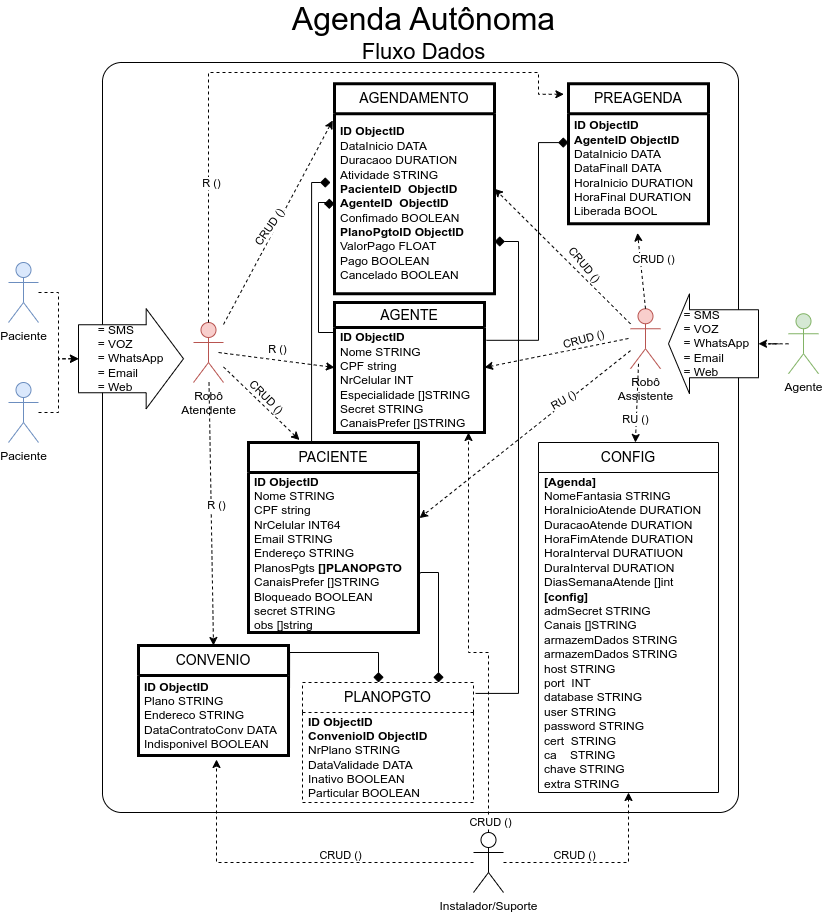
gunboe/Agenda keeps this draw.io diagram as Agenda-Página-1.drawio.png. Above is the earlier version. Source tidied: cells renumbered, new cells last; positions are measured from the earlier drawing's top-left corner, leaving out a move shared by most shapes.
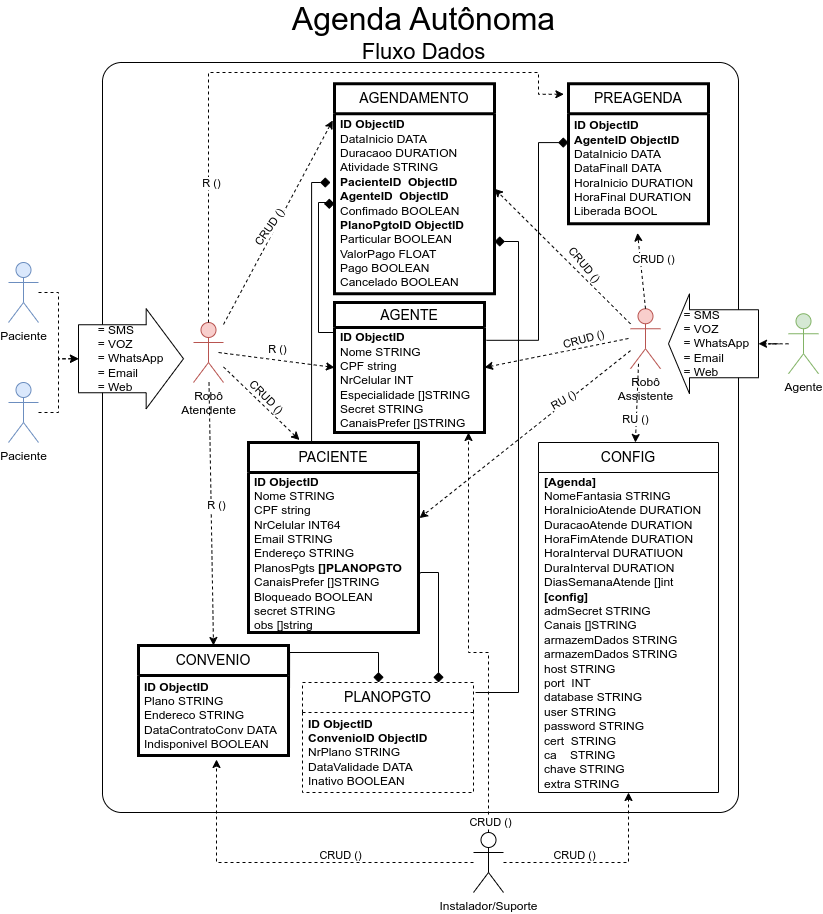
Above is the later version.

Commit message:
Movimentção do PlanoPgto Particular para Agendamento da Agenda-Página-1.drawio.png

Change to the diagram source:
```diff
@@ -117,10 +117,10 @@
       <mxGeometry relative="1" as="geometry" />
     </mxCell>
     <mxCell id="34" value="&lt;font style=&quot;font-size: 14px;&quot;&gt;PLANOPGTO&lt;/font&gt;" style="swimlane;fontStyle=0;horizontal=1;startSize=30;whiteSpace=wrap;html=1;dashed=1;" parent="1" vertex="1">
-      <mxGeometry x="294" y="680" width="171" height="120" as="geometry" />
+      <mxGeometry x="294" y="680" width="171" height="110" as="geometry" />
     </mxCell>
-    <mxCell id="35" value="&lt;b style=&quot;border-color: var(--border-color);&quot;&gt;ID ObjectID&lt;br style=&quot;border-color: var(--border-color);&quot;&gt;&lt;/b&gt;&lt;b&gt;ConvenioID&amp;nbsp;&lt;/b&gt;&lt;b style=&quot;border-color: var(--border-color);&quot;&gt;ObjectID&lt;/b&gt;&lt;b&gt;&lt;br&gt;&lt;/b&gt;NrPlano STRING&lt;br&gt;DataValidade DATA&lt;br&gt;Inativo BOOLEAN&lt;br&gt;Particular BOOLEAN" style="text;strokeColor=none;fillColor=none;align=left;verticalAlign=middle;spacingLeft=4;spacingRight=4;overflow=hidden;whiteSpace=wrap;html=1;" parent="34" vertex="1">
-      <mxGeometry y="30" width="171" height="90" as="geometry" />
+    <mxCell id="35" value="&lt;b style=&quot;border-color: var(--border-color);&quot;&gt;ID ObjectID&lt;br style=&quot;border-color: var(--border-color);&quot;&gt;&lt;/b&gt;&lt;b&gt;ConvenioID&amp;nbsp;&lt;/b&gt;&lt;b style=&quot;border-color: var(--border-color);&quot;&gt;ObjectID&lt;/b&gt;&lt;b&gt;&lt;br&gt;&lt;/b&gt;NrPlano STRING&lt;br&gt;DataValidade DATA&lt;br&gt;Inativo BOOLEAN" style="text;strokeColor=none;fillColor=none;align=left;verticalAlign=middle;spacingLeft=4;spacingRight=4;overflow=hidden;whiteSpace=wrap;html=1;" parent="34" vertex="1">
+      <mxGeometry y="30" width="171" height="80" as="geometry" />
     </mxCell>
     <mxCell id="36" style="edgeStyle=orthogonalEdgeStyle;rounded=0;jettySize=auto;html=1;endArrow=none;endFill=0;endSize=8;startArrow=diamond;startFill=1;startSize=8;exitX=0;exitY=0.5;exitDx=0;exitDy=0;" parent="1" edge="1" source="60" target="19">
       <mxGeometry relative="1" as="geometry">
@@ -252,7 +252,7 @@
     <mxCell id="59" value="&lt;font style=&quot;font-size: 14px;&quot;&gt;AGENDAMENTO&lt;/font&gt;" style="swimlane;fontStyle=0;horizontal=1;startSize=30;whiteSpace=wrap;html=1;strokeWidth=3;" parent="1" vertex="1">
       <mxGeometry x="326" y="81.2" width="160" height="210" as="geometry" />
     </mxCell>
-    <mxCell id="60" value="&lt;b&gt;ID ObjectID&lt;/b&gt;&lt;br&gt;DataInicio DATA&lt;br style=&quot;border-color: var(--border-color); text-align: center;&quot;&gt;&lt;span style=&quot;text-align: center;&quot;&gt;Duracaoo DURATION&lt;/span&gt;&lt;br style=&quot;border-color: var(--border-color); text-align: center;&quot;&gt;&lt;span style=&quot;text-align: center;&quot;&gt;Atividade STRING&lt;/span&gt;&lt;br style=&quot;border-color: var(--border-color); text-align: center;&quot;&gt;&lt;b&gt;PacienteID&amp;nbsp;&amp;nbsp;&lt;/b&gt;&lt;b style=&quot;border-color: var(--border-color);&quot;&gt;ObjectID&lt;/b&gt;&lt;br style=&quot;border-color: var(--border-color);&quot;&gt;&lt;span style=&quot;text-align: center;&quot;&gt;&lt;b&gt;AgenteID&amp;nbsp;&amp;nbsp;&lt;/b&gt;&lt;/span&gt;&lt;b style=&quot;border-color: var(--border-color);&quot;&gt;ObjectID&lt;/b&gt;&lt;br style=&quot;border-color: var(--border-color); text-align: center;&quot;&gt;&lt;span style=&quot;text-align: center;&quot;&gt;Confimado BOOLEAN&lt;/span&gt;&lt;br&gt;&lt;b&gt;PlanoPgtoID&amp;nbsp;&lt;/b&gt;&lt;b style=&quot;border-color: var(--border-color);&quot;&gt;ObjectID&lt;/b&gt;&lt;span style=&quot;text-align: center;&quot;&gt;&lt;b&gt;&lt;br&gt;&lt;/b&gt;ValorPago FLOAT&lt;br&gt;Pago BOOLEAN&lt;br&gt;Cancelado BOOLEAN&lt;br&gt;&lt;/span&gt;" style="text;strokeColor=none;fillColor=none;align=left;verticalAlign=middle;spacingLeft=4;spacingRight=4;overflow=hidden;points=[[0,0.5],[1,0.5]];portConstraint=eastwest;whiteSpace=wrap;html=1;" parent="59" vertex="1">
+    <mxCell id="60" value="&lt;b&gt;ID ObjectID&lt;/b&gt;&lt;br&gt;DataInicio DATA&lt;br style=&quot;border-color: var(--border-color); text-align: center;&quot;&gt;&lt;span style=&quot;text-align: center;&quot;&gt;Duracaoo DURATION&lt;/span&gt;&lt;br style=&quot;border-color: var(--border-color); text-align: center;&quot;&gt;&lt;span style=&quot;text-align: center;&quot;&gt;Atividade STRING&lt;/span&gt;&lt;br style=&quot;border-color: var(--border-color); text-align: center;&quot;&gt;&lt;b&gt;PacienteID&amp;nbsp;&amp;nbsp;&lt;/b&gt;&lt;b style=&quot;border-color: var(--border-color);&quot;&gt;ObjectID&lt;/b&gt;&lt;br style=&quot;border-color: var(--border-color);&quot;&gt;&lt;span style=&quot;text-align: center;&quot;&gt;&lt;b&gt;AgenteID&amp;nbsp;&amp;nbsp;&lt;/b&gt;&lt;/span&gt;&lt;b style=&quot;border-color: var(--border-color);&quot;&gt;ObjectID&lt;/b&gt;&lt;br style=&quot;border-color: var(--border-color); text-align: center;&quot;&gt;&lt;span style=&quot;text-align: center;&quot;&gt;Confimado BOOLEAN&lt;/span&gt;&lt;br&gt;&lt;b&gt;PlanoPgtoID&amp;nbsp;&lt;/b&gt;&lt;b style=&quot;border-color: var(--border-color);&quot;&gt;ObjectID&lt;br&gt;&lt;/b&gt;Particular BOOLEAN&lt;b&gt;&lt;br&gt;&lt;/b&gt;ValorPago FLOAT&lt;br&gt;Pago BOOLEAN&lt;br&gt;Cancelado BOOLEAN&lt;span style=&quot;text-align: center;&quot;&gt;&lt;br&gt;&lt;/span&gt;" style="text;strokeColor=none;fillColor=none;align=left;verticalAlign=middle;spacingLeft=4;spacingRight=4;overflow=hidden;points=[[0,0.5],[1,0.5]];portConstraint=eastwest;whiteSpace=wrap;html=1;" parent="59" vertex="1">
       <mxGeometry y="30" width="160" height="180" as="geometry" />
     </mxCell>
   </root>
```
